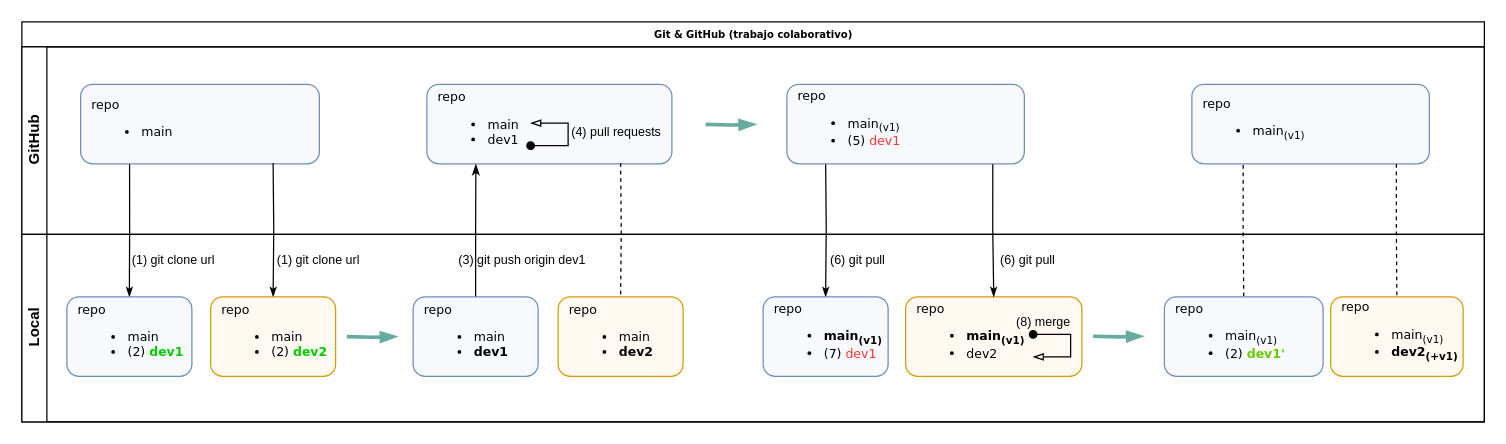
Before: Flujo colaborativo GitGitHub.drawio in dannylarrea/draw.io, a draw.io diagram. Source tidied: cells renumbered, new cells numbered last; positions are measured from the earlier drawing's top-left corner, leaving out a move shared by most shapes. Both pictures are drawn from the tidied source at 125%, with x=0, y=0 at pixel (21, 21).
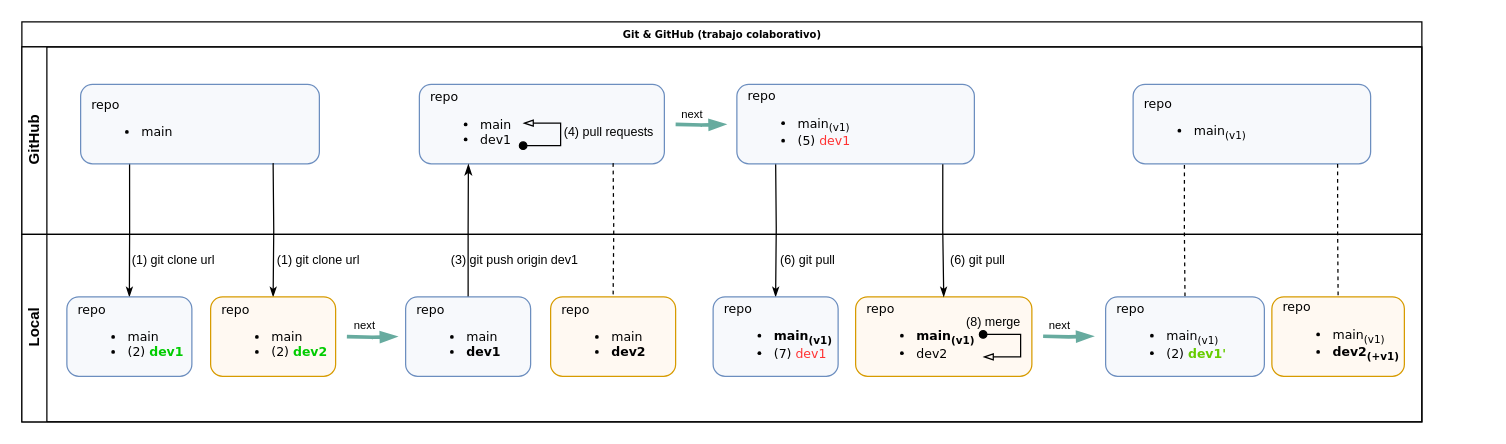
The same page after the edit.

The edit, as a diff of the source:
```diff
@@
     <mxCell id="2" value="repo&lt;br style=&quot;font-size: 10px&quot;&gt;&lt;ul style=&quot;font-size: 10px&quot;&gt;&lt;li style=&quot;font-size: 10px&quot;&gt;&lt;span style=&quot;font-size: 10px&quot;&gt;&lt;b&gt;main&lt;sub&gt;(v1)&lt;/sub&gt;&lt;/b&gt;&lt;/span&gt;&lt;/li&gt;&lt;li style=&quot;font-size: 10px&quot;&gt;&lt;span style=&quot;font-size: 10px&quot;&gt;dev2&lt;/span&gt;&lt;/li&gt;&lt;/ul&gt;" style="rounded=1;whiteSpace=wrap;html=1;shadow=0;labelBackgroundColor=none;strokeWidth=1;fontFamily=Verdana;fontSize=10;align=left;spacingLeft=7;fillColor=#FFF9F2;strokeColor=#d79b00;" parent="1" vertex="1">
-      <mxGeometry x="707" y="220" width="141" height="63.5" as="geometry" />
+      <mxGeometry x="667" y="220" width="141" height="63.5" as="geometry" />
     </mxCell>
     <mxCell id="3" value="Git &amp;amp; GitHub (trabajo colaborativo)" style="swimlane;html=1;horizontal=1;startSize=20;rounded=0;shadow=0;labelBackgroundColor=none;strokeWidth=1;fontFamily=Verdana;fontSize=8;align=center;" parent="1" vertex="1">
-      <mxGeometry width="1170" height="320" as="geometry" />
+      <mxGeometry width="1120" height="320" as="geometry" />
     </mxCell>
@@
     <mxCell id="5" value="GitHub" style="swimlane;html=1;startSize=20;horizontal=0;" parent="3" vertex="1">
-      <mxGeometry y="20" width="1170" height="150" as="geometry" />
+      <mxGeometry y="20" width="1120" height="150" as="geometry" />
     </mxCell>
@@
+    <mxCell id="37" value="&lt;font style=&quot;font-size: 9px&quot;&gt;next&lt;/font&gt;" style="text;html=1;align=center;verticalAlign=middle;strokeColor=none;fillColor=none;" parent="5" vertex="1">
+      <mxGeometry x="521" y="43" width="30" height="20" as="geometry" />
+    </mxCell>
     <mxCell id="7" value="Local" style="swimlane;html=1;startSize=20;horizontal=0;" parent="3" vertex="1">
-      <mxGeometry y="170" width="1170" height="150" as="geometry" />
+      <mxGeometry y="170" width="1120" height="150" as="geometry" />
     </mxCell>
@@
     <mxCell id="12" value="&lt;font style=&quot;font-size: 10px&quot;&gt;(3) git push origin dev1&lt;/font&gt;" style="text;html=1;align=center;verticalAlign=middle;strokeColor=none;fillColor=none;" parent="7" vertex="1">
-      <mxGeometry x="340" y="10" width="120" height="20" as="geometry" />
+      <mxGeometry x="334" y="10" width="120" height="20" as="geometry" />
     </mxCell>
     <mxCell id="13" value="&lt;font style=&quot;font-size: 10px&quot;&gt;(6) git pull&lt;/font&gt;" style="text;html=1;align=left;verticalAlign=middle;strokeColor=none;fillColor=none;" parent="7" vertex="1">
-      <mxGeometry x="645" y="10" width="60" height="20" as="geometry" />
+      <mxGeometry x="605" y="10" width="60" height="20" as="geometry" />
     </mxCell>
     <mxCell id="14" value="&lt;font style=&quot;font-size: 10px&quot;&gt;(6) git pull&lt;/font&gt;" style="text;html=1;align=left;verticalAlign=middle;strokeColor=none;fillColor=none;" parent="7" vertex="1">
-      <mxGeometry x="781" y="10" width="60" height="20" as="geometry" />
+      <mxGeometry x="741" y="10" width="60" height="20" as="geometry" />
     </mxCell>
@@
     <mxCell id="16" style="endArrow=oval;html=1;rounded=0;fontSize=10;strokeWidth=1;endFill=1;startArrow=blockThin;startFill=0;" parent="7" edge="1">
       <mxGeometry relative="1" as="geometry">
-        <mxPoint x="809" y="98" as="sourcePoint" />
-        <mxPoint x="809" y="80" as="targetPoint" />
+        <mxPoint x="769" y="98" as="sourcePoint" />
+        <mxPoint x="769" y="80" as="targetPoint" />
         <Array as="points">
-          <mxPoint x="839" y="98" />
-          <mxPoint x="839" y="80" />
+          <mxPoint x="799" y="98" />
+          <mxPoint x="799" y="80" />
         </Array>
       </mxGeometry>
     </mxCell>
     <mxCell id="17" value="(8) merge" style="text;html=1;align=center;verticalAlign=middle;strokeColor=none;fillColor=none;fontSize=10;" parent="7" vertex="1">
-      <mxGeometry x="787" y="60" width="60" height="20" as="geometry" />
+      <mxGeometry x="747" y="60" width="60" height="20" as="geometry" />
     </mxCell>
@@
     <mxCell id="19" style="edgeStyle=orthogonalEdgeStyle;rounded=0;orthogonalLoop=1;jettySize=auto;html=1;fontColor=#66CC00;startArrow=none;startFill=0;endArrow=blockThin;endFill=1;startSize=2;endSize=6;strokeColor=#67AB9F;strokeWidth=3;" parent="7" edge="1">
       <mxGeometry relative="1" as="geometry">
-        <mxPoint x="857" y="81.5" as="sourcePoint" />
-        <mxPoint x="897" y="81.5" as="targetPoint" />
+        <mxPoint x="817" y="81.5" as="sourcePoint" />
+        <mxPoint x="857" y="81.5" as="targetPoint" />
       </mxGeometry>
     </mxCell>
+    <mxCell id="38" value="&lt;font style=&quot;font-size: 9px&quot;&gt;next&lt;/font&gt;" style="text;html=1;align=center;verticalAlign=middle;strokeColor=none;fillColor=none;" parent="7" vertex="1">
+      <mxGeometry x="259" y="62" width="30" height="20" as="geometry" />
+    </mxCell>
+    <mxCell id="39" value="&lt;font style=&quot;font-size: 9px&quot;&gt;next&lt;/font&gt;" style="text;html=1;align=center;verticalAlign=middle;strokeColor=none;fillColor=none;" parent="7" vertex="1">
+      <mxGeometry x="815" y="62" width="30" height="20" as="geometry" />
+    </mxCell>
     <mxCell id="20" style="edgeStyle=orthogonalEdgeStyle;rounded=0;orthogonalLoop=1;jettySize=auto;html=1;fontColor=#66CC00;startArrow=none;startFill=0;endArrow=blockThin;endFill=1;startSize=2;endSize=6;strokeColor=#67AB9F;strokeWidth=3;" parent="1" edge="1">
       <mxGeometry relative="1" as="geometry">
-        <mxPoint x="547" y="82" as="sourcePoint" />
-        <mxPoint x="587" y="82" as="targetPoint" />
+        <mxPoint x="523" y="82" as="sourcePoint" />
+        <mxPoint x="563" y="82" as="targetPoint" />
       </mxGeometry>
     </mxCell>
     <mxCell id="21" value="repo&lt;br style=&quot;font-size: 10px&quot;&gt;&lt;ul style=&quot;font-size: 10px&quot;&gt;&lt;li style=&quot;font-size: 10px&quot;&gt;&lt;span style=&quot;font-size: 10px&quot;&gt;main&lt;/span&gt;&lt;/li&gt;&lt;li style=&quot;font-size: 10px&quot;&gt;&lt;span style=&quot;font-size: 10px&quot;&gt;dev1&lt;/span&gt;&lt;/li&gt;&lt;/ul&gt;" style="rounded=1;whiteSpace=wrap;html=1;shadow=0;labelBackgroundColor=none;strokeWidth=1;fontFamily=Verdana;fontSize=10;align=left;spacingLeft=7;fillColor=#F7F9FC;strokeColor=#6c8ebf;" parent="1" vertex="1">
-      <mxGeometry x="324" y="50" width="196" height="63.5" as="geometry" />
+      <mxGeometry x="318" y="50" width="196" height="63.5" as="geometry" />
     </mxCell>
@@
     <mxCell id="23" value="repo&lt;br style=&quot;font-size: 10px&quot;&gt;&lt;ul style=&quot;font-size: 10px&quot;&gt;&lt;li style=&quot;font-size: 10px&quot;&gt;&lt;span style=&quot;font-size: 10px&quot;&gt;main&lt;/span&gt;&lt;/li&gt;&lt;li style=&quot;font-size: 10px&quot;&gt;&lt;span style=&quot;font-size: 10px&quot;&gt;&lt;b&gt;dev1&lt;/b&gt;&lt;/span&gt;&lt;/li&gt;&lt;/ul&gt;" style="rounded=1;whiteSpace=wrap;html=1;shadow=0;labelBackgroundColor=none;strokeWidth=1;fontFamily=Verdana;fontSize=10;align=left;spacingLeft=7;fillColor=#F7F9FC;strokeColor=#6c8ebf;" parent="1" vertex="1">
-      <mxGeometry x="313" y="220" width="100" height="63.5" as="geometry" />
+      <mxGeometry x="307" y="220" width="100" height="63.5" as="geometry" />
     </mxCell>
     <mxCell id="24" style="edgeStyle=orthogonalEdgeStyle;rounded=0;html=1;labelBackgroundColor=none;startArrow=none;startFill=0;startSize=5;endArrow=none;endFill=0;endSize=5;jettySize=auto;strokeWidth=1;fontFamily=Verdana;fontSize=8;entryX=0.5;entryY=0;entryDx=0;entryDy=0;dashed=1;" parent="1" edge="1" target="25">
       <mxGeometry relative="1" as="geometry">
-        <mxPoint x="479" y="113" as="sourcePoint" />
+        <mxPoint x="473" y="113" as="sourcePoint" />
       </mxGeometry>
     </mxCell>
     <mxCell id="25" value="repo&lt;br style=&quot;font-size: 10px&quot;&gt;&lt;ul style=&quot;font-size: 10px&quot;&gt;&lt;li style=&quot;font-size: 10px&quot;&gt;&lt;span style=&quot;font-size: 10px&quot;&gt;main&lt;/span&gt;&lt;/li&gt;&lt;li style=&quot;font-size: 10px&quot;&gt;&lt;span style=&quot;font-size: 10px&quot;&gt;&lt;b&gt;dev2&lt;/b&gt;&lt;/span&gt;&lt;/li&gt;&lt;/ul&gt;" style="rounded=1;whiteSpace=wrap;html=1;shadow=0;labelBackgroundColor=none;strokeWidth=1;fontFamily=Verdana;fontSize=10;align=left;spacingLeft=7;fillColor=#FFF9F2;strokeColor=#d79b00;" parent="1" vertex="1">
-      <mxGeometry x="429" y="220" width="100" height="63.5" as="geometry" />
+      <mxGeometry x="423" y="220" width="100" height="63.5" as="geometry" />
     </mxCell>
     <mxCell id="26" style="endArrow=blockThin;html=1;rounded=0;fontSize=10;strokeWidth=1;endFill=0;startArrow=oval;startFill=1;" parent="1" edge="1">
       <mxGeometry relative="1" as="geometry">
-        <mxPoint x="407" y="99" as="sourcePoint" />
-        <mxPoint x="407" y="81" as="targetPoint" />
+        <mxPoint x="401" y="99" as="sourcePoint" />
+        <mxPoint x="401" y="81" as="targetPoint" />
         <Array as="points">
-          <mxPoint x="437" y="99" />
-          <mxPoint x="437" y="81" />
+          <mxPoint x="431" y="99" />
+          <mxPoint x="431" y="81" />
         </Array>
       </mxGeometry>
     </mxCell>
     <mxCell id="27" value="(4) pull requests" style="text;html=1;align=left;verticalAlign=middle;strokeColor=none;fillColor=none;fontSize=10;" parent="1" vertex="1">
-      <mxGeometry x="438" y="78" width="90" height="20" as="geometry" />
+      <mxGeometry x="432" y="78" width="90" height="20" as="geometry" />
     </mxCell>
     <mxCell id="28" style="edgeStyle=orthogonalEdgeStyle;rounded=0;html=1;labelBackgroundColor=none;startArrow=none;startFill=0;startSize=5;endArrow=classicThin;endFill=1;endSize=5;jettySize=auto;strokeWidth=1;fontFamily=Verdana;fontSize=8;entryX=0.5;entryY=0;entryDx=0;entryDy=0;" parent="1" edge="1" target="30">
       <mxGeometry relative="1" as="geometry">
-        <mxPoint x="643" y="110" as="sourcePoint" />
+        <mxPoint x="603" y="110" as="sourcePoint" />
       </mxGeometry>
     </mxCell>
     <mxCell id="29" value="repo&lt;br style=&quot;font-size: 10px&quot;&gt;&lt;ul style=&quot;font-size: 10px&quot;&gt;&lt;li style=&quot;font-size: 10px&quot;&gt;&lt;span style=&quot;font-size: 10px&quot;&gt;main&lt;sub&gt;(v1)&lt;/sub&gt;&lt;/span&gt;&lt;/li&gt;&lt;li style=&quot;font-size: 10px&quot;&gt;&lt;span style=&quot;font-size: 10px&quot;&gt;(5) &lt;font color=&quot;#ff3333&quot;&gt;dev1&lt;/font&gt;&lt;/span&gt;&lt;/li&gt;&lt;/ul&gt;" style="rounded=1;whiteSpace=wrap;html=1;shadow=0;labelBackgroundColor=none;strokeWidth=1;fontFamily=Verdana;fontSize=10;align=left;spacingLeft=7;fillColor=#F7F9FC;strokeColor=#6c8ebf;" parent="1" vertex="1">
-      <mxGeometry x="612" y="50" width="190" height="63.5" as="geometry" />
+      <mxGeometry x="572" y="50" width="190" height="63.5" as="geometry" />
     </mxCell>
     <mxCell id="30" value="repo&lt;br style=&quot;font-size: 10px&quot;&gt;&lt;ul style=&quot;font-size: 10px&quot;&gt;&lt;li style=&quot;font-size: 10px&quot;&gt;&lt;span style=&quot;font-size: 10px&quot;&gt;&lt;b&gt;main&lt;sub&gt;(v1)&lt;/sub&gt;&lt;/b&gt;&lt;/span&gt;&lt;/li&gt;&lt;li style=&quot;font-size: 10px&quot;&gt;&lt;span style=&quot;font-size: 10px&quot;&gt;(7) &lt;font color=&quot;#ff3333&quot;&gt;dev1&lt;/font&gt;&lt;/span&gt;&lt;/li&gt;&lt;/ul&gt;" style="rounded=1;whiteSpace=wrap;html=1;shadow=0;labelBackgroundColor=none;strokeWidth=1;fontFamily=Verdana;fontSize=10;align=left;spacingLeft=7;fillColor=#F7F9FC;strokeColor=#6c8ebf;" parent="1" vertex="1">
-      <mxGeometry x="593" y="220" width="100" height="63.5" as="geometry" />
+      <mxGeometry x="553" y="220" width="100" height="63.5" as="geometry" />
     </mxCell>
@@
     <mxCell id="33" value="repo&lt;br style=&quot;font-size: 10px&quot;&gt;&lt;ul style=&quot;font-size: 10px&quot;&gt;&lt;li style=&quot;font-size: 10px&quot;&gt;&lt;span style=&quot;font-size: 10px&quot;&gt;main&lt;sub&gt;(v1)&lt;/sub&gt;&lt;/span&gt;&lt;/li&gt;&lt;/ul&gt;" style="rounded=1;whiteSpace=wrap;html=1;shadow=0;labelBackgroundColor=none;strokeWidth=1;fontFamily=Verdana;fontSize=10;align=left;spacingLeft=7;fillColor=#F7F9FC;strokeColor=#6c8ebf;" parent="1" vertex="1">
-      <mxGeometry x="936" y="50" width="190" height="63.5" as="geometry" />
+      <mxGeometry x="889" y="50" width="190" height="63.5" as="geometry" />
     </mxCell>
     <mxCell id="34" value="repo&lt;br style=&quot;font-size: 10px&quot;&gt;&lt;ul style=&quot;font-size: 10px&quot;&gt;&lt;li style=&quot;font-size: 10px&quot;&gt;&lt;span style=&quot;font-size: 10px&quot;&gt;main&lt;sub&gt;(v1)&lt;/sub&gt;&lt;/span&gt;&lt;/li&gt;&lt;li style=&quot;font-size: 10px&quot;&gt;&lt;span style=&quot;font-size: 10px&quot;&gt;(2) &lt;font color=&quot;#66cc00&quot;&gt;&lt;b&gt;dev1'&lt;/b&gt;&lt;/font&gt;&lt;/span&gt;&lt;/li&gt;&lt;/ul&gt;" style="rounded=1;whiteSpace=wrap;html=1;shadow=0;labelBackgroundColor=none;strokeWidth=1;fontFamily=Verdana;fontSize=10;align=left;spacingLeft=7;fillColor=#F7F9FC;strokeColor=#6c8ebf;" parent="1" vertex="1">
-      <mxGeometry x="914" y="220" width="127" height="63.5" as="geometry" />
+      <mxGeometry x="867" y="220" width="127" height="63.5" as="geometry" />
     </mxCell>
@@
     <mxCell id="36" value="repo&lt;br style=&quot;font-size: 10px&quot;&gt;&lt;ul style=&quot;font-size: 10px&quot;&gt;&lt;li style=&quot;font-size: 10px&quot;&gt;&lt;span style=&quot;font-size: 10px&quot;&gt;main&lt;sub&gt;(v1)&lt;/sub&gt;&lt;/span&gt;&lt;/li&gt;&lt;li style=&quot;font-size: 10px&quot;&gt;&lt;span style=&quot;font-size: 10px&quot;&gt;&lt;b&gt;dev2&lt;sub&gt;(+v1)&lt;/sub&gt;&lt;/b&gt;&lt;/span&gt;&lt;/li&gt;&lt;/ul&gt;" style="rounded=1;whiteSpace=wrap;html=1;shadow=0;labelBackgroundColor=none;strokeWidth=1;fontFamily=Verdana;fontSize=10;align=left;spacingLeft=7;fillColor=#FFF9F2;strokeColor=#d79b00;" parent="1" vertex="1">
-      <mxGeometry x="1047" y="220" width="106" height="63.5" as="geometry" />
+      <mxGeometry x="1000" y="220" width="106" height="63.5" as="geometry" />
     </mxCell>
```
